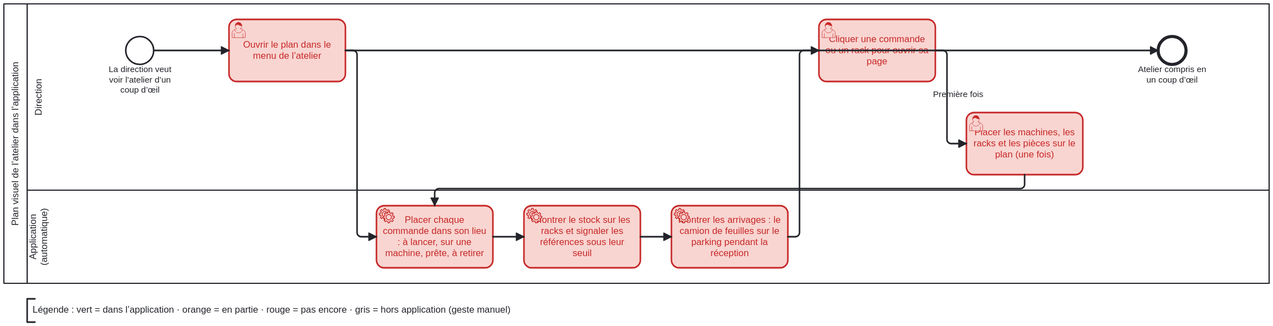
The BPMN diagram docs/bpmn/12-plan-atelier.svg in abnd-corp/Abatelier, before a commit. Its source is kept beside it as docs/bpmn/12-plan-atelier.bpmn. Ids are renumbered.
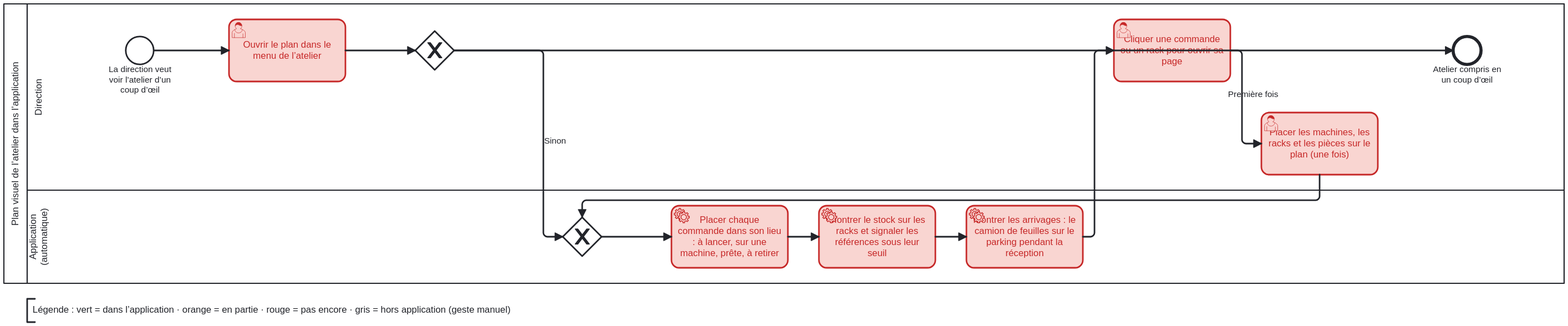
The same file after the commit.

The edit, as a diff of the source:
```diff
@@ -12,41 +12,47 @@
         <bpmn:flowNodeRef>P12_plan_atelier_t5</bpmn:flowNodeRef>
         <bpmn:flowNodeRef>P12_plan_atelier_t6</bpmn:flowNodeRef>
         <bpmn:flowNodeRef>P12_plan_atelier_f</bpmn:flowNodeRef>
+        <bpmn:flowNodeRef>P12_plan_atelier_gs1</bpmn:flowNodeRef>
       </bpmn:lane>
       <bpmn:lane id="P12_plan_atelier_voie_systeme" name="Application (automatique)">
         <bpmn:flowNodeRef>P12_plan_atelier_t2</bpmn:flowNodeRef>
         <bpmn:flowNodeRef>P12_plan_atelier_t3</bpmn:flowNodeRef>
         <bpmn:flowNodeRef>P12_plan_atelier_t4</bpmn:flowNodeRef>
+        <bpmn:flowNodeRef>P12_plan_atelier_gj2</bpmn:flowNodeRef>
       </bpmn:lane>
     </bpmn:laneSet>
     <bpmn:startEvent id="P12_plan_atelier_d" name="La direction veut voir l’atelier d’un coup d’œil"><bpmn:outgoing>P12_plan_atelier_flux1</bpmn:outgoing></bpmn:startEvent>
-    <bpmn:userTask id="P12_plan_atelier_t1" name="Ouvrir le plan dans le menu de l’atelier"><bpmn:documentation>Pas encore : Page réservée à la direction (nouvelle permission) ; lisible sur téléphone et tablette</bpmn:documentation><bpmn:incoming>P12_plan_atelier_flux1</bpmn:incoming><bpmn:outgoing>P12_plan_atelier_flux2</bpmn:outgoing><bpmn:outgoing>P12_plan_atelier_flux7</bpmn:outgoing></bpmn:userTask>
-    <bpmn:serviceTask id="P12_plan_atelier_t2" name="Placer chaque commande dans son lieu : à lancer, sur une machine, prête, à retirer"><bpmn:documentation>Pas encore : Lecture des commandes réelles ; le nom du client n’apparaît pas</bpmn:documentation><bpmn:incoming>P12_plan_atelier_flux2</bpmn:incoming><bpmn:incoming>P12_plan_atelier_flux8</bpmn:incoming><bpmn:outgoing>P12_plan_atelier_flux3</bpmn:outgoing></bpmn:serviceTask>
-    <bpmn:serviceTask id="P12_plan_atelier_t3" name="Montrer le stock sur les racks et signaler les références sous leur seuil"><bpmn:documentation>Pas encore : Lecture du stock réel et des seuils déjà réglés</bpmn:documentation><bpmn:incoming>P12_plan_atelier_flux3</bpmn:incoming><bpmn:outgoing>P12_plan_atelier_flux4</bpmn:outgoing></bpmn:serviceTask>
-    <bpmn:serviceTask id="P12_plan_atelier_t4" name="Montrer les arrivages : le camion de feuilles sur le parking pendant la réception"><bpmn:documentation>Pas encore : Lit les réceptions en cours</bpmn:documentation><bpmn:incoming>P12_plan_atelier_flux4</bpmn:incoming><bpmn:outgoing>P12_plan_atelier_flux5</bpmn:outgoing></bpmn:serviceTask>
-    <bpmn:userTask id="P12_plan_atelier_t5" name="Cliquer une commande ou un rack pour ouvrir sa page"><bpmn:documentation>Pas encore : Mène à la commande, ou à la référence de feuille</bpmn:documentation><bpmn:incoming>P12_plan_atelier_flux5</bpmn:incoming><bpmn:outgoing>P12_plan_atelier_flux6</bpmn:outgoing></bpmn:userTask>
-    <bpmn:userTask id="P12_plan_atelier_t6" name="Placer les machines, les racks et les pièces sur le plan (une fois)"><bpmn:documentation>Pas encore : Dépend de la liste des machines et du plan fourni par le client</bpmn:documentation><bpmn:incoming>P12_plan_atelier_flux7</bpmn:incoming><bpmn:outgoing>P12_plan_atelier_flux8</bpmn:outgoing></bpmn:userTask>
-    <bpmn:endEvent id="P12_plan_atelier_f" name="Atelier compris en un coup d’œil"><bpmn:incoming>P12_plan_atelier_flux6</bpmn:incoming></bpmn:endEvent>
+    <bpmn:userTask id="P12_plan_atelier_t1" name="Ouvrir le plan dans le menu de l’atelier"><bpmn:documentation>Pas encore : Page réservée à la direction (nouvelle permission) ; lisible sur téléphone et tablette</bpmn:documentation><bpmn:incoming>P12_plan_atelier_flux1</bpmn:incoming><bpmn:outgoing>P12_plan_atelier_flux7</bpmn:outgoing></bpmn:userTask>
+    <bpmn:serviceTask id="P12_plan_atelier_t2" name="Placer chaque commande dans son lieu : à lancer, sur une machine, prête, à retirer"><bpmn:documentation>Pas encore : Lecture des commandes réelles ; le nom du client n’apparaît pas</bpmn:documentation><bpmn:incoming>P12_plan_atelier_flux10</bpmn:incoming><bpmn:outgoing>P12_plan_atelier_flux2</bpmn:outgoing></bpmn:serviceTask>
+    <bpmn:serviceTask id="P12_plan_atelier_t3" name="Montrer le stock sur les racks et signaler les références sous leur seuil"><bpmn:documentation>Pas encore : Lecture du stock réel et des seuils déjà réglés</bpmn:documentation><bpmn:incoming>P12_plan_atelier_flux2</bpmn:incoming><bpmn:outgoing>P12_plan_atelier_flux3</bpmn:outgoing></bpmn:serviceTask>
+    <bpmn:serviceTask id="P12_plan_atelier_t4" name="Montrer les arrivages : le camion de feuilles sur le parking pendant la réception"><bpmn:documentation>Pas encore : Lit les réceptions en cours</bpmn:documentation><bpmn:incoming>P12_plan_atelier_flux3</bpmn:incoming><bpmn:outgoing>P12_plan_atelier_flux4</bpmn:outgoing></bpmn:serviceTask>
+    <bpmn:userTask id="P12_plan_atelier_t5" name="Cliquer une commande ou un rack pour ouvrir sa page"><bpmn:documentation>Pas encore : Mène à la commande, ou à la référence de feuille</bpmn:documentation><bpmn:incoming>P12_plan_atelier_flux4</bpmn:incoming><bpmn:outgoing>P12_plan_atelier_flux5</bpmn:outgoing></bpmn:userTask>
+    <bpmn:userTask id="P12_plan_atelier_t6" name="Placer les machines, les racks et les pièces sur le plan (une fois)"><bpmn:documentation>Pas encore : Dépend de la liste des machines et du plan fourni par le client</bpmn:documentation><bpmn:incoming>P12_plan_atelier_flux9</bpmn:incoming><bpmn:outgoing>P12_plan_atelier_flux6</bpmn:outgoing></bpmn:userTask>
+    <bpmn:endEvent id="P12_plan_atelier_f" name="Atelier compris en un coup d’œil"><bpmn:incoming>P12_plan_atelier_flux5</bpmn:incoming></bpmn:endEvent>
+    <bpmn:exclusiveGateway id="P12_plan_atelier_gs1" name=""><bpmn:incoming>P12_plan_atelier_flux7</bpmn:incoming><bpmn:outgoing>P12_plan_atelier_flux8</bpmn:outgoing><bpmn:outgoing>P12_plan_atelier_flux9</bpmn:outgoing></bpmn:exclusiveGateway>
+    <bpmn:exclusiveGateway id="P12_plan_atelier_gj2" name=""><bpmn:incoming>P12_plan_atelier_flux6</bpmn:incoming><bpmn:incoming>P12_plan_atelier_flux8</bpmn:incoming><bpmn:outgoing>P12_plan_atelier_flux10</bpmn:outgoing></bpmn:exclusiveGateway>
     <bpmn:sequenceFlow id="P12_plan_atelier_flux1" sourceRef="P12_plan_atelier_d" targetRef="P12_plan_atelier_t1" />
-    <bpmn:sequenceFlow id="P12_plan_atelier_flux2" sourceRef="P12_plan_atelier_t1" targetRef="P12_plan_atelier_t2" />
-    <bpmn:sequenceFlow id="P12_plan_atelier_flux3" sourceRef="P12_plan_atelier_t2" targetRef="P12_plan_atelier_t3" />
-    <bpmn:sequenceFlow id="P12_plan_atelier_flux4" sourceRef="P12_plan_atelier_t3" targetRef="P12_plan_atelier_t4" />
-    <bpmn:sequenceFlow id="P12_plan_atelier_flux5" sourceRef="P12_plan_atelier_t4" targetRef="P12_plan_atelier_t5" />
-    <bpmn:sequenceFlow id="P12_plan_atelier_flux6" sourceRef="P12_plan_atelier_t5" targetRef="P12_plan_atelier_f" />
-    <bpmn:sequenceFlow id="P12_plan_atelier_flux7" name="Première fois" sourceRef="P12_plan_atelier_t1" targetRef="P12_plan_atelier_t6" />
-    <bpmn:sequenceFlow id="P12_plan_atelier_flux8" sourceRef="P12_plan_atelier_t6" targetRef="P12_plan_atelier_t2" />
+    <bpmn:sequenceFlow id="P12_plan_atelier_flux2" sourceRef="P12_plan_atelier_t2" targetRef="P12_plan_atelier_t3" />
+    <bpmn:sequenceFlow id="P12_plan_atelier_flux3" sourceRef="P12_plan_atelier_t3" targetRef="P12_plan_atelier_t4" />
+    <bpmn:sequenceFlow id="P12_plan_atelier_flux4" sourceRef="P12_plan_atelier_t4" targetRef="P12_plan_atelier_t5" />
+    <bpmn:sequenceFlow id="P12_plan_atelier_flux5" sourceRef="P12_plan_atelier_t5" targetRef="P12_plan_atelier_f" />
+    <bpmn:sequenceFlow id="P12_plan_atelier_flux6" sourceRef="P12_plan_atelier_t6" targetRef="P12_plan_atelier_gj2" />
+    <bpmn:sequenceFlow id="P12_plan_atelier_flux7" sourceRef="P12_plan_atelier_t1" targetRef="P12_plan_atelier_gs1" />
+    <bpmn:sequenceFlow id="P12_plan_atelier_flux8" name="Sinon" sourceRef="P12_plan_atelier_gs1" targetRef="P12_plan_atelier_gj2" />
+    <bpmn:sequenceFlow id="P12_plan_atelier_flux9" name="Première fois" sourceRef="P12_plan_atelier_gs1" targetRef="P12_plan_atelier_t6" />
+    <bpmn:sequenceFlow id="P12_plan_atelier_flux10" sourceRef="P12_plan_atelier_gj2" targetRef="P12_plan_atelier_t2" />
     <bpmn:textAnnotation id="P12_plan_atelier_legende"><bpmn:text>Légende : vert = dans l’application · orange = en partie · rouge = pas encore · gris = hors application (geste manuel)</bpmn:text></bpmn:textAnnotation>
   </bpmn:process>
   <bpmndi:BPMNDiagram id="P12_plan_atelier_diagram">
     <bpmndi:BPMNPlane id="P12_plan_atelier_plane" bpmnElement="P12_plan_atelier_collab">
       <bpmndi:BPMNShape id="P12_plan_atelier_pool_di" bpmnElement="P12_plan_atelier_pool" isHorizontal="true">
-        <dc:Bounds x="40" y="40" width="1630" height="360" />
+        <dc:Bounds x="40" y="40" width="2010" height="360" />
       </bpmndi:BPMNShape>
       <bpmndi:BPMNShape id="P12_plan_atelier_voie_direction_di" bpmnElement="P12_plan_atelier_voie_direction" isHorizontal="true">
-        <dc:Bounds x="70" y="40" width="1600" height="240" />
+        <dc:Bounds x="70" y="40" width="1980" height="240" />
       </bpmndi:BPMNShape>
       <bpmndi:BPMNShape id="P12_plan_atelier_voie_systeme_di" bpmnElement="P12_plan_atelier_voie_systeme" isHorizontal="true">
-        <dc:Bounds x="70" y="280" width="1600" height="120" />
+        <dc:Bounds x="70" y="280" width="1980" height="120" />
       </bpmndi:BPMNShape>
       <bpmndi:BPMNShape id="P12_plan_atelier_d_di" bpmnElement="P12_plan_atelier_d">
         <dc:Bounds x="197" y="82" width="36" height="36" />
@@ -55,62 +61,82 @@
         <dc:Bounds x="330" y="60" width="150" height="80" />
       </bpmndi:BPMNShape>
       <bpmndi:BPMNShape id="P12_plan_atelier_t2_di" bpmnElement="P12_plan_atelier_t2" bioc:stroke="#c62828" bioc:fill="#f9d3cf">
-        <dc:Bounds x="520" y="300" width="150" height="80" />
+        <dc:Bounds x="900" y="300" width="150" height="80" />
       </bpmndi:BPMNShape>
       <bpmndi:BPMNShape id="P12_plan_atelier_t3_di" bpmnElement="P12_plan_atelier_t3" bioc:stroke="#c62828" bioc:fill="#f9d3cf">
-        <dc:Bounds x="710" y="300" width="150" height="80" />
+        <dc:Bounds x="1090" y="300" width="150" height="80" />
       </bpmndi:BPMNShape>
       <bpmndi:BPMNShape id="P12_plan_atelier_t4_di" bpmnElement="P12_plan_atelier_t4" bioc:stroke="#c62828" bioc:fill="#f9d3cf">
-        <dc:Bounds x="900" y="300" width="150" height="80" />
+        <dc:Bounds x="1280" y="300" width="150" height="80" />
       </bpmndi:BPMNShape>
       <bpmndi:BPMNShape id="P12_plan_atelier_t5_di" bpmnElement="P12_plan_atelier_t5" bioc:stroke="#c62828" bioc:fill="#f9d3cf">
-        <dc:Bounds x="1090" y="60" width="150" height="80" />
+        <dc:Bounds x="1470" y="60" width="150" height="80" />
       </bpmndi:BPMNShape>
       <bpmndi:BPMNShape id="P12_plan_atelier_t6_di" bpmnElement="P12_plan_atelier_t6" bioc:stroke="#c62828" bioc:fill="#f9d3cf">
-        <dc:Bounds x="1280" y="180" width="150" height="80" />
+        <dc:Bounds x="1660" y="180" width="150" height="80" />
       </bpmndi:BPMNShape>
       <bpmndi:BPMNShape id="P12_plan_atelier_f_di" bpmnElement="P12_plan_atelier_f">
-        <dc:Bounds x="1527" y="82" width="36" height="36" />
+        <dc:Bounds x="1907" y="82" width="36" height="36" />
+      </bpmndi:BPMNShape>
+      <bpmndi:BPMNShape id="P12_plan_atelier_gs1_di" bpmnElement="P12_plan_atelier_gs1" isMarkerVisible="true">
+        <dc:Bounds x="570" y="75" width="50" height="50" />
+        <bpmndi:BPMNLabel>
+          <dc:Bounds x="490" y="43" width="110" height="30" />
+        </bpmndi:BPMNLabel>
+      </bpmndi:BPMNShape>
+      <bpmndi:BPMNShape id="P12_plan_atelier_gj2_di" bpmnElement="P12_plan_atelier_gj2" isMarkerVisible="true">
+        <dc:Bounds x="760" y="315" width="50" height="50" />
+        <bpmndi:BPMNLabel>
+          <dc:Bounds x="680" y="283" width="110" height="30" />
+        </bpmndi:BPMNLabel>
       </bpmndi:BPMNShape>
       <bpmndi:BPMNEdge id="P12_plan_atelier_flux1_di" bpmnElement="P12_plan_atelier_flux1">
         <di:waypoint x="233" y="100" />
         <di:waypoint x="330" y="100" />
       </bpmndi:BPMNEdge>
       <bpmndi:BPMNEdge id="P12_plan_atelier_flux2_di" bpmnElement="P12_plan_atelier_flux2">
-        <di:waypoint x="480" y="100" />
-        <di:waypoint x="495" y="100" />
-        <di:waypoint x="495" y="340" />
-        <di:waypoint x="520" y="340" />
+        <di:waypoint x="1050" y="340" />
+        <di:waypoint x="1090" y="340" />
       </bpmndi:BPMNEdge>
       <bpmndi:BPMNEdge id="P12_plan_atelier_flux3_di" bpmnElement="P12_plan_atelier_flux3">
-        <di:waypoint x="670" y="340" />
-        <di:waypoint x="710" y="340" />
+        <di:waypoint x="1240" y="340" />
+        <di:waypoint x="1280" y="340" />
       </bpmndi:BPMNEdge>
       <bpmndi:BPMNEdge id="P12_plan_atelier_flux4_di" bpmnElement="P12_plan_atelier_flux4">
-        <di:waypoint x="860" y="340" />
-        <di:waypoint x="900" y="340" />
+        <di:waypoint x="1430" y="340" />
+        <di:waypoint x="1445" y="340" />
+        <di:waypoint x="1445" y="100" />
+        <di:waypoint x="1470" y="100" />
       </bpmndi:BPMNEdge>
       <bpmndi:BPMNEdge id="P12_plan_atelier_flux5_di" bpmnElement="P12_plan_atelier_flux5">
-        <di:waypoint x="1050" y="340" />
-        <di:waypoint x="1065" y="340" />
-        <di:waypoint x="1065" y="100" />
-        <di:waypoint x="1090" y="100" />
+        <di:waypoint x="1620" y="100" />
+        <di:waypoint x="1907" y="100" />
       </bpmndi:BPMNEdge>
       <bpmndi:BPMNEdge id="P12_plan_atelier_flux6_di" bpmnElement="P12_plan_atelier_flux6">
-        <di:waypoint x="1240" y="100" />
-        <di:waypoint x="1527" y="100" />
+        <di:waypoint x="1735" y="260" />
+        <di:waypoint x="1735" y="293" />
+        <di:waypoint x="785" y="293" />
+        <di:waypoint x="785" y="315" />
       </bpmndi:BPMNEdge>
       <bpmndi:BPMNEdge id="P12_plan_atelier_flux7_di" bpmnElement="P12_plan_atelier_flux7">
         <di:waypoint x="480" y="100" />
-        <di:waypoint x="1255" y="100" />
-        <di:waypoint x="1255" y="220" />
-        <di:waypoint x="1280" y="220" />
+        <di:waypoint x="570" y="100" />
       </bpmndi:BPMNEdge>
       <bpmndi:BPMNEdge id="P12_plan_atelier_flux8_di" bpmnElement="P12_plan_atelier_flux8">
-        <di:waypoint x="1355" y="260" />
-        <di:waypoint x="1355" y="278" />
-        <di:waypoint x="595" y="278" />
-        <di:waypoint x="595" y="300" />
+        <di:waypoint x="620" y="100" />
+        <di:waypoint x="735" y="100" />
+        <di:waypoint x="735" y="340" />
+        <di:waypoint x="760" y="340" />
+      </bpmndi:BPMNEdge>
+      <bpmndi:BPMNEdge id="P12_plan_atelier_flux9_di" bpmnElement="P12_plan_atelier_flux9">
+        <di:waypoint x="620" y="100" />
+        <di:waypoint x="1635" y="100" />
+        <di:waypoint x="1635" y="220" />
+        <di:waypoint x="1660" y="220" />
+      </bpmndi:BPMNEdge>
+      <bpmndi:BPMNEdge id="P12_plan_atelier_flux10_di" bpmnElement="P12_plan_atelier_flux10">
+        <di:waypoint x="810" y="340" />
+        <di:waypoint x="900" y="340" />
       </bpmndi:BPMNEdge>
       <bpmndi:BPMNShape id="P12_plan_atelier_legende_di" bpmnElement="P12_plan_atelier_legende">
         <dc:Bounds x="70" y="420" width="760" height="30" />
```
